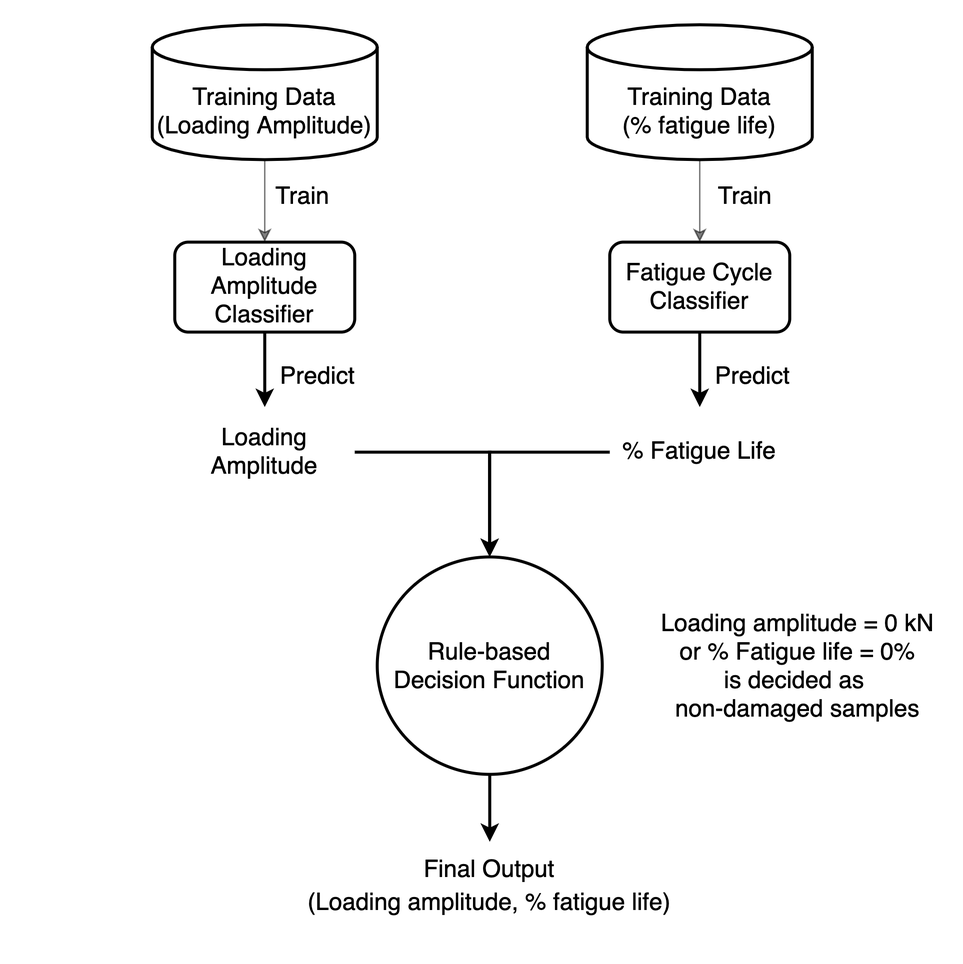
mhhsu2/min-ms-thesis keeps this draw.io diagram as fig/multi-ouput_classifier.png. Above is the earlier version. Source tidied: cells renumbered, new cells last; positions are measured from the earlier drawing's top-left corner, leaving out a move shared by most shapes. Source of this version:
```xml
<mxGraphModel>
  <root>
    <mxCell id="0" />
    <mxCell id="1" parent="0" />
    <mxCell id="2" style="whiteSpace=wrap;html=1;rounded=0;dashed=1;fontSize=18;strokeWidth=2;fillColor=none;strokeColor=none;" parent="1" vertex="1">
      <mxGeometry width="640" height="640" as="geometry" />
    </mxCell>
    <mxCell id="3" style="edgeStyle=orthogonalEdgeStyle;rounded=0;jettySize=auto;html=1;opacity=50;" parent="1" edge="1" source="4" target="6">
      <mxGeometry relative="1" as="geometry" />
    </mxCell>
    <mxCell id="4" value="&lt;font style=&quot;font-size: 16px&quot;&gt;Training Data&lt;br&gt;(Loading Amplitude)&lt;br&gt;&lt;/font&gt;" style="shape=cylinder3;whiteSpace=wrap;html=1;boundedLbl=1;backgroundOutline=1;size=15;strokeWidth=2;" parent="1" vertex="1">
      <mxGeometry x="100" y="15" width="150" height="90" as="geometry" />
    </mxCell>
    <mxCell id="5" style="edgeStyle=orthogonalEdgeStyle;rounded=0;jettySize=auto;html=1;strokeWidth=2;" parent="1" edge="1" source="6" target="16">
      <mxGeometry relative="1" as="geometry" />
    </mxCell>
    <mxCell id="6" value="&lt;span style=&quot;font-size: 16px&quot;&gt;Loading Amplitude Classifier&lt;/span&gt;" style="whiteSpace=wrap;html=1;rounded=1;strokeWidth=2;flipV=1;" parent="1" vertex="1">
      <mxGeometry x="115" y="160" width="120" height="60" as="geometry" />
    </mxCell>
    <mxCell id="7" value="Train" style="text;html=1;align=center;verticalAlign=middle;strokeColor=none;fontSize=16;" parent="1" vertex="1">
      <mxGeometry x="175" y="120" width="50" height="20" as="geometry" />
    </mxCell>
    <mxCell id="8" value="Predict" style="text;html=1;align=center;verticalAlign=middle;strokeColor=none;fontSize=16;" parent="1" vertex="1">
      <mxGeometry x="465" y="240" width="70" height="20" as="geometry" />
    </mxCell>
    <mxCell id="9" style="edgeStyle=orthogonalEdgeStyle;rounded=0;jettySize=auto;html=1;opacity=50;" parent="1" edge="1" source="10" target="12">
      <mxGeometry relative="1" as="geometry" />
    </mxCell>
    <mxCell id="10" value="&lt;font style=&quot;font-size: 16px&quot;&gt;Training Data&lt;br&gt;(% fatigue life)&lt;br&gt;&lt;/font&gt;" style="shape=cylinder3;whiteSpace=wrap;html=1;boundedLbl=1;backgroundOutline=1;size=15;strokeWidth=2;" parent="1" vertex="1">
      <mxGeometry x="390" y="15" width="150" height="90" as="geometry" />
    </mxCell>
    <mxCell id="11" style="edgeStyle=orthogonalEdgeStyle;rounded=0;jettySize=auto;html=1;entryX=0.5;entryY=0;entryDx=0;entryDy=0;strokeWidth=2;" parent="1" edge="1" source="12" target="18">
      <mxGeometry relative="1" as="geometry" />
    </mxCell>
    <mxCell id="12" value="&lt;span style=&quot;font-size: 16px&quot;&gt;Fatigue Cycle Classifier&lt;/span&gt;" style="whiteSpace=wrap;html=1;rounded=1;strokeWidth=2;flipV=1;" parent="1" vertex="1">
      <mxGeometry x="405" y="160" width="120" height="60" as="geometry" />
    </mxCell>
    <mxCell id="13" value="Train" style="text;html=1;align=center;verticalAlign=middle;strokeColor=none;fontSize=16;" parent="1" vertex="1">
      <mxGeometry x="470" y="120" width="50" height="20" as="geometry" />
    </mxCell>
    <mxCell id="14" value="Predict" style="text;html=1;align=center;verticalAlign=middle;strokeColor=none;fontSize=16;" parent="1" vertex="1">
      <mxGeometry x="175" y="240" width="70" height="20" as="geometry" />
    </mxCell>
    <mxCell id="15" style="edgeStyle=orthogonalEdgeStyle;rounded=0;jettySize=auto;html=1;fontSize=16;strokeWidth=2;" parent="1" edge="1" source="16" target="20">
      <mxGeometry relative="1" as="geometry" />
    </mxCell>
    <mxCell id="16" value="&lt;span style=&quot;font-size: 16px&quot;&gt;Loading Amplitude&lt;/span&gt;" style="whiteSpace=wrap;html=1;rounded=1;strokeWidth=2;opacity=0;" parent="1" vertex="1">
      <mxGeometry x="115" y="270" width="120" height="60" as="geometry" />
    </mxCell>
    <mxCell id="17" style="edgeStyle=orthogonalEdgeStyle;rounded=0;jettySize=auto;html=1;fontSize=16;strokeWidth=2;" parent="1" edge="1" source="18" target="20">
      <mxGeometry relative="1" as="geometry" />
    </mxCell>
    <mxCell id="18" value="&lt;span style=&quot;font-size: 16px&quot;&gt;% Fatigue Life&lt;/span&gt;" style="whiteSpace=wrap;html=1;rounded=1;strokeWidth=2;opacity=0;" parent="1" vertex="1">
      <mxGeometry x="405" y="270" width="120" height="60" as="geometry" />
    </mxCell>
    <mxCell id="19" style="edgeStyle=orthogonalEdgeStyle;rounded=0;jettySize=auto;html=1;fontSize=16;strokeWidth=2;entryX=0.5;entryY=0;entryDx=0;entryDy=0;" parent="1" edge="1" source="20" target="22">
      <mxGeometry relative="1" as="geometry" />
    </mxCell>
    <mxCell id="20" value="Rule-based&lt;br&gt;Decision Function" style="strokeWidth=2;html=1;shape=mxgraph.flowchart.start_2;whiteSpace=wrap;rounded=0;fontSize=16;fillColor=#ffffff;flipV=1;" parent="1" vertex="1">
      <mxGeometry x="250" y="370" width="150" height="145" as="geometry" />
    </mxCell>
    <mxCell id="21" value="Loading amplitude = 0 kN&lt;br&gt;or % Fatigue life = 0%&lt;br&gt;is decided as &lt;br&gt;non-damaged samples" style="text;html=1;align=center;verticalAlign=middle;strokeColor=none;fontSize=16;" parent="1" vertex="1">
      <mxGeometry x="430" y="402.5" width="200" height="80" as="geometry" />
    </mxCell>
    <mxCell id="22" value="&lt;span style=&quot;font-size: 16px&quot;&gt;Final Output&lt;/span&gt;&lt;br style=&quot;font-size: 16px&quot;&gt;&lt;span style=&quot;font-size: 16px&quot;&gt;(Loading amplitude, % fatigue life)&lt;/span&gt;" style="whiteSpace=wrap;html=1;rounded=1;strokeWidth=2;opacity=0;" parent="1" vertex="1">
      <mxGeometry x="175" y="560" width="300" height="60" as="geometry" />
    </mxCell>
  </root>
</mxGraphModel>
```
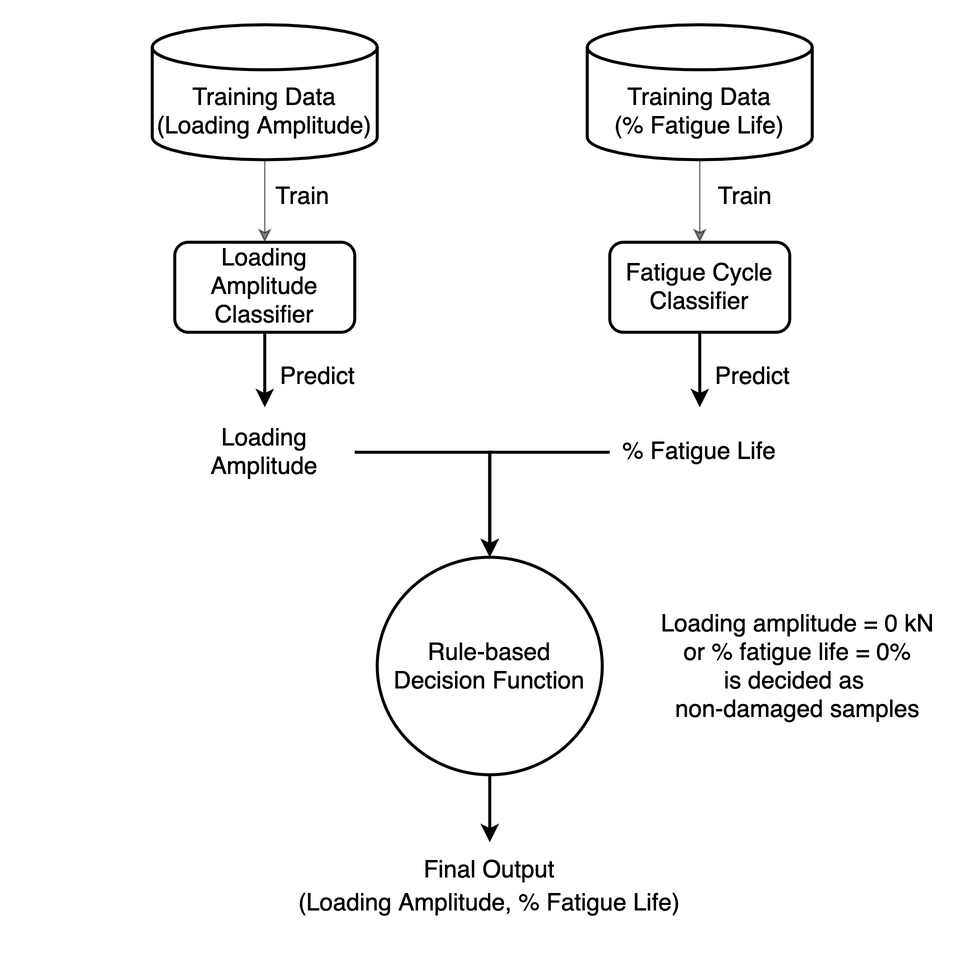
After the commit.

Diff of the diagram source:
```diff
@@ -26,7 +26,7 @@
     <mxCell id="9" style="edgeStyle=orthogonalEdgeStyle;rounded=0;jettySize=auto;html=1;opacity=50;" parent="1" edge="1" source="10" target="12">
       <mxGeometry relative="1" as="geometry" />
     </mxCell>
-    <mxCell id="10" value="&lt;font style=&quot;font-size: 16px&quot;&gt;Training Data&lt;br&gt;(% fatigue life)&lt;br&gt;&lt;/font&gt;" style="shape=cylinder3;whiteSpace=wrap;html=1;boundedLbl=1;backgroundOutline=1;size=15;strokeWidth=2;" parent="1" vertex="1">
+    <mxCell id="10" value="&lt;font style=&quot;font-size: 16px&quot;&gt;Training Data&lt;br&gt;(% Fatigue Life)&lt;br&gt;&lt;/font&gt;" style="shape=cylinder3;whiteSpace=wrap;html=1;boundedLbl=1;backgroundOutline=1;size=15;strokeWidth=2;" parent="1" vertex="1">
       <mxGeometry x="390" y="15" width="150" height="90" as="geometry" />
     </mxCell>
     <mxCell id="11" style="edgeStyle=orthogonalEdgeStyle;rounded=0;jettySize=auto;html=1;entryX=0.5;entryY=0;entryDx=0;entryDy=0;strokeWidth=2;" parent="1" edge="1" source="12" target="18">
@@ -59,10 +59,10 @@
     <mxCell id="20" value="Rule-based&lt;br&gt;Decision Function" style="strokeWidth=2;html=1;shape=mxgraph.flowchart.start_2;whiteSpace=wrap;rounded=0;fontSize=16;fillColor=#ffffff;flipV=1;" parent="1" vertex="1">
       <mxGeometry x="250" y="370" width="150" height="145" as="geometry" />
     </mxCell>
-    <mxCell id="21" value="Loading amplitude = 0 kN&lt;br&gt;or % Fatigue life = 0%&lt;br&gt;is decided as &lt;br&gt;non-damaged samples" style="text;html=1;align=center;verticalAlign=middle;strokeColor=none;fontSize=16;" parent="1" vertex="1">
+    <mxCell id="21" value="Loading amplitude = 0 kN&lt;br&gt;or % fatigue life = 0%&lt;br&gt;is decided as &lt;br&gt;non-damaged samples" style="text;html=1;align=center;verticalAlign=middle;strokeColor=none;fontSize=16;" parent="1" vertex="1">
       <mxGeometry x="430" y="402.5" width="200" height="80" as="geometry" />
     </mxCell>
-    <mxCell id="22" value="&lt;span style=&quot;font-size: 16px&quot;&gt;Final Output&lt;/span&gt;&lt;br style=&quot;font-size: 16px&quot;&gt;&lt;span style=&quot;font-size: 16px&quot;&gt;(Loading amplitude, % fatigue life)&lt;/span&gt;" style="whiteSpace=wrap;html=1;rounded=1;strokeWidth=2;opacity=0;" parent="1" vertex="1">
+    <mxCell id="22" value="&lt;span style=&quot;font-size: 16px&quot;&gt;Final Output&lt;/span&gt;&lt;br style=&quot;font-size: 16px&quot;&gt;&lt;span style=&quot;font-size: 16px&quot;&gt;(Loading Amplitude, % Fatigue Life)&lt;/span&gt;" style="whiteSpace=wrap;html=1;rounded=1;strokeWidth=2;opacity=0;" parent="1" vertex="1">
       <mxGeometry x="175" y="560" width="300" height="60" as="geometry" />
     </mxCell>
   </root>
```
